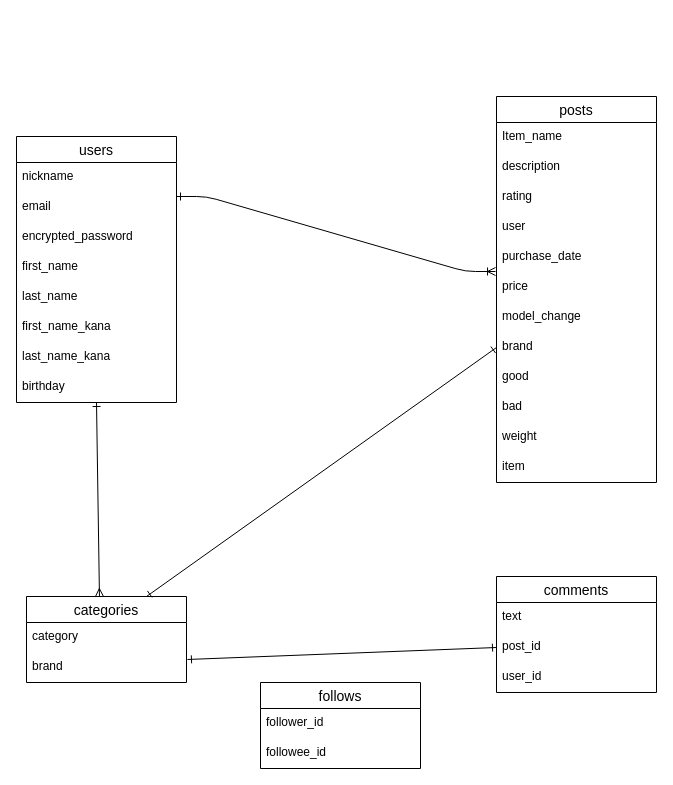
jinyaishida/org_app keeps this draw.io diagram as ER.dio. Above is the earlier version. Source tidied: cells renumbered, new cells numbered last; positions are measured from the earlier drawing's top-left corner, leaving out a move shared by most shapes. Both pictures are drawn from the tidied source at 100%, with x=0, y=0 at pixel (16, 96).
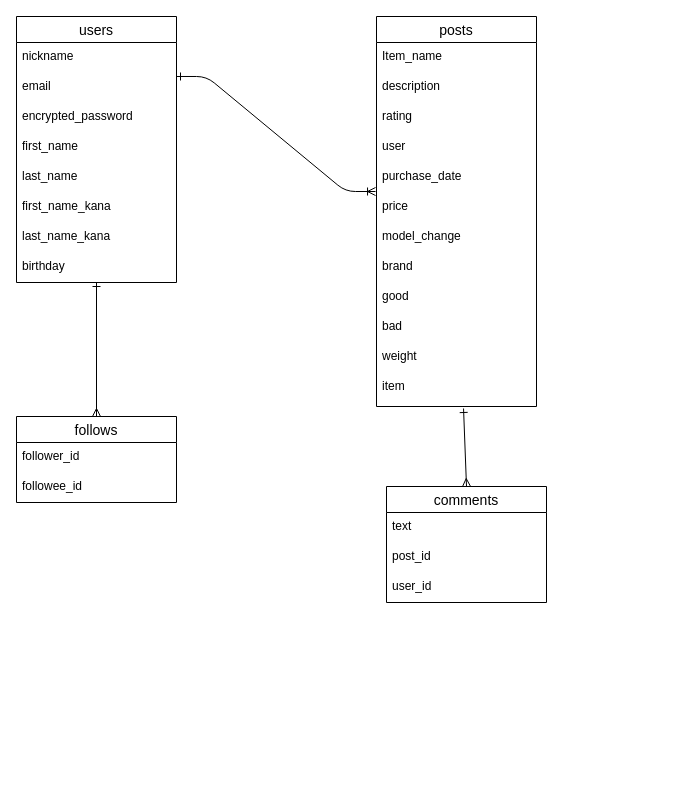
After the change.

Unchanged cells that the change refers to:
```xml
<mxCell id="10" value="birthday" style="text;strokeColor=none;fillColor=none;spacingLeft=4;spacingRight=4;overflow=hidden;points=[[0,0.5],[1,0.5]];portConstraint=eastwest;fontSize=12;" parent="2" vertex="1">
  <mxGeometry y="236" width="160" height="30" as="geometry" />
</mxCell>
<mxCell id="30" value="post_id" style="text;strokeColor=none;fillColor=none;spacingLeft=4;spacingRight=4;overflow=hidden;points=[[0,0.5],[1,0.5]];portConstraint=eastwest;fontSize=12;" parent="28" vertex="1">
  <mxGeometry y="56" width="160" height="30" as="geometry" />
</mxCell>
```

Diff of the diagram source:
```diff
@@
     <mxCell id="2" value="users" style="swimlane;fontStyle=0;horizontal=1;startSize=26;align=center;fontSize=14;" parent="1" vertex="1">
-      <mxGeometry y="40" width="160" height="266" as="geometry" />
+      <mxGeometry y="-80" width="160" height="266" as="geometry" />
     </mxCell>
@@
     <mxCell id="11" value="posts" style="swimlane;fontStyle=0;horizontal=1;startSize=26;align=center;fontSize=14;" parent="1" vertex="1">
-      <mxGeometry x="480" width="160" height="386" as="geometry" />
+      <mxGeometry x="360" y="-80" width="160" height="390" as="geometry" />
     </mxCell>
@@
     <mxCell id="23" value="item" style="text;strokeColor=none;fillColor=none;spacingLeft=4;spacingRight=4;overflow=hidden;points=[[0,0.5],[1,0.5]];portConstraint=eastwest;fontSize=12;" parent="11" vertex="1">
-      <mxGeometry y="356" width="160" height="30" as="geometry" />
+      <mxGeometry y="356" width="160" height="34" as="geometry" />
     </mxCell>
-    <mxCell id="24" style="edgeStyle=none;html=1;entryX=0.5;entryY=1;entryDx=0;entryDy=0;entryPerimeter=0;endArrow=ERone;endFill=0;startArrow=ERmany;startFill=0;exitX=0.456;exitY=0;exitDx=0;exitDy=0;exitPerimeter=0;" parent="1" edge="1" source="25" target="10">
-      <mxGeometry relative="1" as="geometry" />
-    </mxCell>
-    <mxCell id="25" value="categories" style="swimlane;fontStyle=0;horizontal=1;startSize=26;align=center;fontSize=14;" parent="1" vertex="1">
-      <mxGeometry x="10" y="500" width="160" height="86" as="geometry" />
-    </mxCell>
-    <mxCell id="26" value="category" style="text;strokeColor=none;fillColor=none;spacingLeft=4;spacingRight=4;overflow=hidden;fontSize=12;" parent="25" vertex="1">
-      <mxGeometry y="26" width="160" height="30" as="geometry" />
-    </mxCell>
-    <mxCell id="27" value="brand" style="text;strokeColor=none;fillColor=none;spacingLeft=4;spacingRight=4;overflow=hidden;points=[[0,0.5],[1,0.5]];portConstraint=eastwest;fontSize=12;" parent="25" vertex="1">
-      <mxGeometry y="56" width="160" height="30" as="geometry" />
-    </mxCell>
+    <mxCell id="38" style="edgeStyle=none;html=1;exitX=0.5;exitY=0;exitDx=0;exitDy=0;entryX=0.544;entryY=1.059;entryDx=0;entryDy=0;entryPerimeter=0;strokeColor=default;targetPerimeterSpacing=0;startArrow=ERmany;startFill=0;endArrow=ERone;endFill=0;" parent="1" edge="1" source="28" target="23">
+      <mxGeometry relative="1" as="geometry" />
+    </mxCell>
     <mxCell id="28" value="comments" style="swimlane;fontStyle=0;horizontal=1;startSize=26;align=center;fontSize=14;" parent="1" vertex="1">
-      <mxGeometry x="480" y="480" width="160" height="116" as="geometry" />
+      <mxGeometry x="370" y="390" width="160" height="116" as="geometry" />
     </mxCell>
@@
-    <mxCell id="33" style="edgeStyle=none;html=1;exitX=1.006;exitY=0.233;exitDx=0;exitDy=0;entryX=0;entryY=0.5;entryDx=0;entryDy=0;startArrow=ERone;startFill=0;endArrow=ERone;endFill=0;exitPerimeter=0;" parent="1" edge="1" source="27" target="30">
-      <mxGeometry relative="1" as="geometry" />
-    </mxCell>
-    <mxCell id="34" style="edgeStyle=none;html=1;exitX=0;exitY=0.5;exitDx=0;exitDy=0;entryX=0.75;entryY=0;entryDx=0;entryDy=0;startArrow=ERone;startFill=0;endArrow=ERone;endFill=0;" parent="1" edge="1" target="25">
-      <mxGeometry relative="1" as="geometry">
-        <mxPoint x="480" y="251" as="sourcePoint" />
-      </mxGeometry>
-    </mxCell>
+    <mxCell id="39" style="edgeStyle=none;html=1;startArrow=ERmany;startFill=0;endArrow=ERone;endFill=0;" parent="1" edge="1" source="35" target="10">
+      <mxGeometry relative="1" as="geometry" />
+    </mxCell>
     <mxCell id="35" value="follows" style="swimlane;fontStyle=0;horizontal=1;startSize=26;align=center;fontSize=14;" parent="1" vertex="1">
-      <mxGeometry x="244" y="586" width="160" height="86" as="geometry" />
+      <mxGeometry y="320" width="160" height="86" as="geometry" />
     </mxCell>
```
